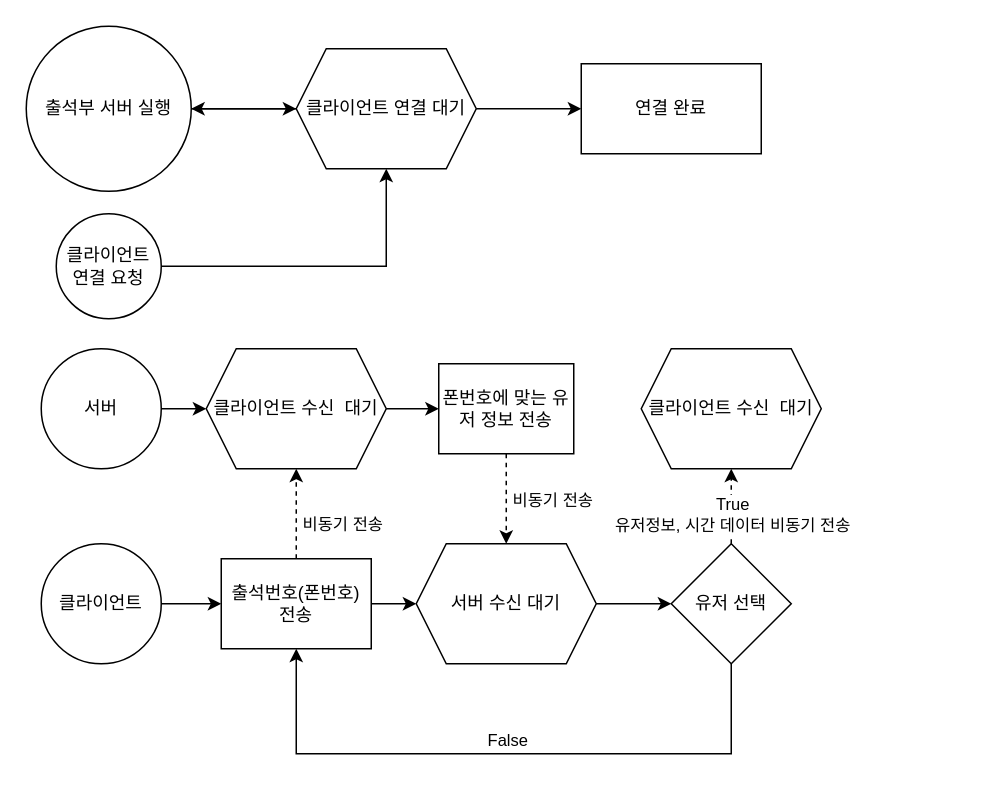
Above: 출석부서버순서도.drawio in GyuminGomin/HealthKiosk (draw.io), before the change. Source tidied: cells renumbered, new cells numbered last; positions are measured from the earlier drawing's top-left corner, leaving out a move shared by most shapes. Both pictures are drawn from the tidied source at 150%, with x=0, y=0 at pixel (26, 26).
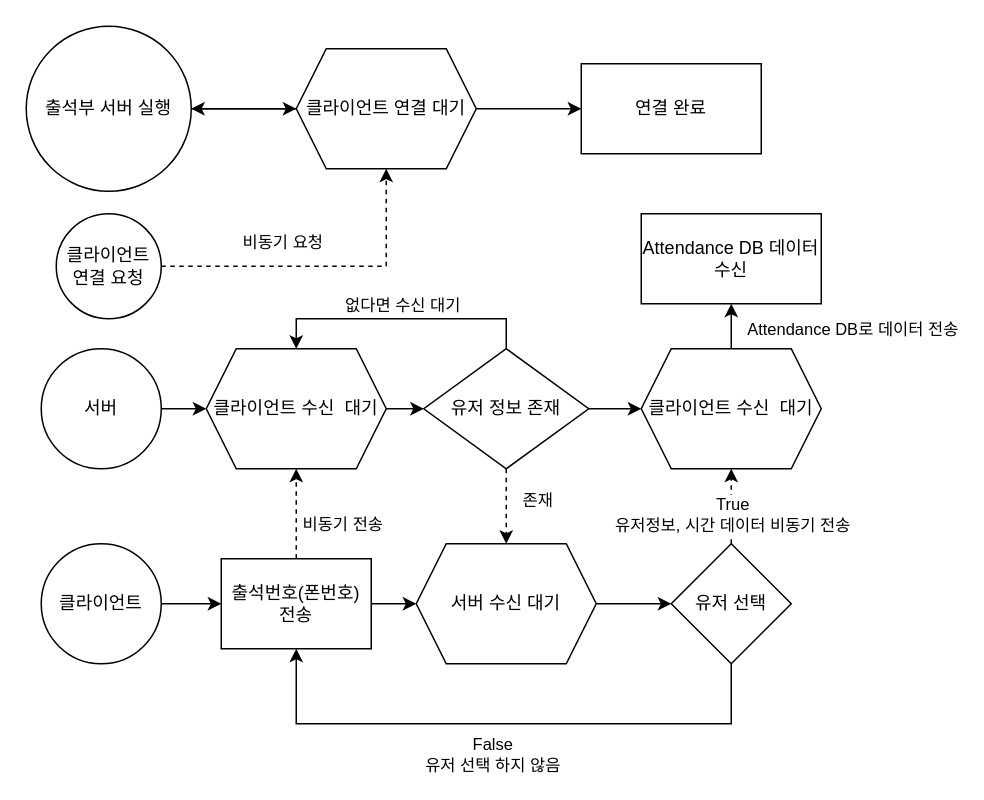
The same page after the edit.

Commit message:
출석부 서버 순서도

Unchanged cells that the change refers to:
```xml
<mxCell id="5" value="클라이언트 연결 요청" style="ellipse;whiteSpace=wrap;html=1;" parent="1" vertex="1">
  <mxGeometry x="20" y="125" width="70" height="70" as="geometry" />
</mxCell>
<mxCell id="8" value="클라이언트 연결 대기" style="shape=hexagon;perimeter=hexagonPerimeter2;whiteSpace=wrap;html=1;fixedSize=1;" parent="1" vertex="1">
  <mxGeometry x="180" y="15" width="120" height="80" as="geometry" />
</mxCell>
<mxCell id="13" value="출석번호(폰번호) 전송" style="rounded=0;whiteSpace=wrap;html=1;" parent="1" vertex="1">
  <mxGeometry x="130" y="355" width="100" height="60" as="geometry" />
</mxCell>
<mxCell id="19" value="클라이언트 수신&amp;nbsp; 대기" style="shape=hexagon;perimeter=hexagonPerimeter2;whiteSpace=wrap;html=1;fixedSize=1;" parent="1" vertex="1">
  <mxGeometry x="120" y="215" width="120" height="80" as="geometry" />
</mxCell>
<mxCell id="21" value="서버 수신 대기" style="shape=hexagon;perimeter=hexagonPerimeter2;whiteSpace=wrap;html=1;fixedSize=1;" parent="1" vertex="1">
  <mxGeometry x="260" y="345" width="120" height="80" as="geometry" />
</mxCell>
<mxCell id="29" value="유저 선택" style="rhombus;whiteSpace=wrap;html=1;" parent="1" vertex="1">
  <mxGeometry x="430" y="345" width="80" height="80" as="geometry" />
</mxCell>
<mxCell id="30" value="클라이언트 수신&amp;nbsp; 대기" style="shape=hexagon;perimeter=hexagonPerimeter2;whiteSpace=wrap;html=1;fixedSize=1;" parent="1" vertex="1">
  <mxGeometry x="410" y="215" width="120" height="80" as="geometry" />
</mxCell>
```

The edit, as a diff of the source:
```diff
@@
-    <mxCell id="4" style="edgeStyle=orthogonalEdgeStyle;rounded=0;jettySize=auto;html=1;" parent="1" edge="1" source="5" target="8">
+    <mxCell id="4" style="edgeStyle=orthogonalEdgeStyle;rounded=0;jettySize=auto;html=1;dashed=1;" parent="1" edge="1" source="5" target="8">
       <mxGeometry relative="1" as="geometry" />
     </mxCell>
+    <mxCell id="31" value="비동기 요청" style="edgeLabel;html=1;align=center;verticalAlign=middle;" parent="4" vertex="1">
+      <mxGeometry x="0.55" y="-1" relative="1" as="geometry">
+        <mxPoint x="-71" as="offset" />
+      </mxGeometry>
+    </mxCell>
@@
-    <mxCell id="18" style="edgeStyle=orthogonalEdgeStyle;rounded=0;jettySize=auto;html=1;" parent="1" edge="1" source="19" target="24">
+    <mxCell id="18" style="edgeStyle=orthogonalEdgeStyle;rounded=0;jettySize=auto;html=1;" parent="1" edge="1" source="19" target="37">
       <mxGeometry relative="1" as="geometry" />
     </mxCell>
@@
-    <mxCell id="22" style="edgeStyle=orthogonalEdgeStyle;rounded=0;jettySize=auto;html=1;dashed=1;" parent="1" edge="1" source="24" target="21">
+    <mxCell id="22" style="edgeStyle=orthogonalEdgeStyle;rounded=0;jettySize=auto;html=1;dashed=1;" parent="1" edge="1" source="37" target="21">
       <mxGeometry relative="1" as="geometry" />
     </mxCell>
-    <mxCell id="23" value="비동기 전송" style="edgeLabel;html=1;align=center;verticalAlign=middle;" parent="22" vertex="1">
+    <mxCell id="23" value="존재" style="edgeLabel;html=1;align=center;verticalAlign=middle;" parent="22" vertex="1">
       <mxGeometry x="-0.13" y="4" relative="1" as="geometry">
-        <mxPoint x="26" y="4" as="offset" />
+        <mxPoint x="16" y="-2" as="offset" />
       </mxGeometry>
     </mxCell>
-    <mxCell id="24" value="폰번호에 맞는 유저 정보 전송" style="rounded=0;whiteSpace=wrap;html=1;" parent="1" vertex="1">
-      <mxGeometry x="275" y="225" width="90" height="60" as="geometry" />
-    </mxCell>
+    <mxCell id="32" style="edgeStyle=orthogonalEdgeStyle;rounded=0;jettySize=auto;html=1;" parent="1" edge="1" source="37" target="30">
+      <mxGeometry relative="1" as="geometry" />
+    </mxCell>
@@
     <mxCell id="27" style="edgeStyle=orthogonalEdgeStyle;rounded=0;jettySize=auto;html=1;" parent="1" edge="1" source="29" target="13">
       <mxGeometry relative="1" as="geometry">
         <Array as="points">
-          <mxPoint x="470" y="485" />
-          <mxPoint x="180" y="485" />
+          <mxPoint x="470" y="465" />
+          <mxPoint x="180" y="465" />
         </Array>
       </mxGeometry>
     </mxCell>
-    <mxCell id="28" value="False" style="edgeLabel;html=1;align=center;verticalAlign=middle;" parent="27" vertex="1">
+    <mxCell id="28" value="False&lt;br&gt;유저 선택 하지 않음" style="edgeLabel;html=1;align=center;verticalAlign=middle;" parent="27" vertex="1">
       <mxGeometry x="-0.35" y="1" relative="1" as="geometry">
-        <mxPoint x="-73" y="-11" as="offset" />
+        <mxPoint x="-76" y="19" as="offset" />
       </mxGeometry>
     </mxCell>
@@
+    <mxCell id="33" style="edgeStyle=orthogonalEdgeStyle;rounded=0;jettySize=auto;html=1;" parent="1" edge="1" source="30" target="38">
+      <mxGeometry relative="1" as="geometry" />
+    </mxCell>
+    <mxCell id="34" value="Attendance DB로 데이터 전송" style="edgeLabel;html=1;align=center;verticalAlign=middle;" parent="33" vertex="1">
+      <mxGeometry x="0.36" relative="1" as="geometry">
+        <mxPoint x="80" as="offset" />
+      </mxGeometry>
+    </mxCell>
@@
+    <mxCell id="35" style="edgeStyle=orthogonalEdgeStyle;rounded=0;jettySize=auto;html=1;exitX=0.5;exitY=0;exitDx=0;exitDy=0;" parent="1" edge="1" source="37" target="19">
+      <mxGeometry relative="1" as="geometry">
+        <Array as="points">
+          <mxPoint x="320" y="195" />
+          <mxPoint x="180" y="195" />
+        </Array>
+      </mxGeometry>
+    </mxCell>
+    <mxCell id="36" value="없다면 수신 대기" style="edgeLabel;html=1;align=center;verticalAlign=middle;" parent="35" vertex="1">
+      <mxGeometry x="-0.29" y="4" relative="1" as="geometry">
+        <mxPoint x="-26" y="-14" as="offset" />
+      </mxGeometry>
+    </mxCell>
+    <mxCell id="37" value="유저 정보 존재" style="rhombus;whiteSpace=wrap;html=1;" parent="1" vertex="1">
+      <mxGeometry x="265" y="215" width="110" height="80" as="geometry" />
+    </mxCell>
+    <mxCell id="38" value="Attendance DB 데이터 수신" style="rounded=0;whiteSpace=wrap;html=1;" parent="1" vertex="1">
+      <mxGeometry x="410" y="125" width="120" height="60" as="geometry" />
+    </mxCell>
```
